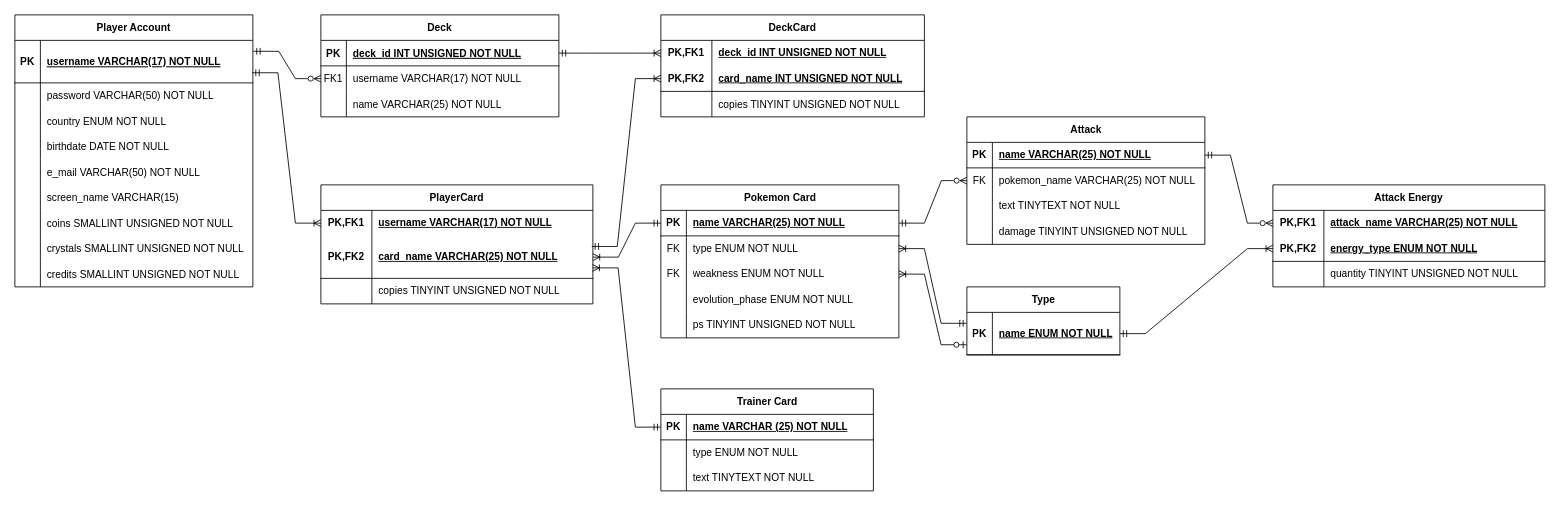
Above: Data Bases/Tareas/Pokemon TCG/Pokemon-TCG-ER.drawio in BassedWarrior/A01027983_TC2005B (draw.io), before the change. Source tidied: cells renumbered, new cells numbered last; positions are measured from the earlier drawing's top-left corner, leaving out a move shared by most shapes. Both pictures are drawn from the tidied source at 85%, with x=0, y=0 at pixel (14, 14).
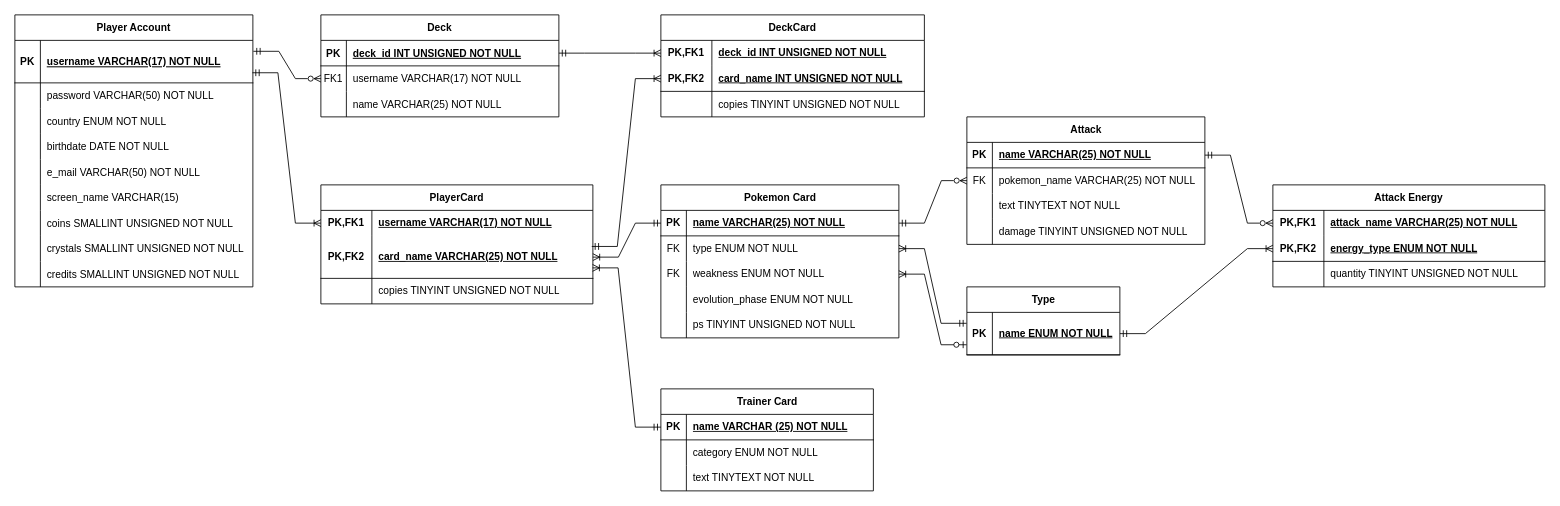
Above is the later version.

Commit message:
Changed Trainer Card to category instead of type for clarity

Unchanged cells that the change refers to:
```xml
<mxCell id="85" style="shape=tableRow;horizontal=0;startSize=0;swimlaneHead=0;swimlaneBody=0;fillColor=none;top=0;left=0;right=0;bottom=0;" parent="81" vertex="1">
  <mxGeometry y="60" width="250" height="30" as="geometry" />
</mxCell>
```

The edit, as a diff of the source:
```diff
@@
-    <mxCell id="87" value="type ENUM NOT NULL" style="shape=partialRectangle;fillColor=none;top=0;left=0;bottom=0;right=0;align=left;spacingLeft=6;overflow=hidden;whiteSpace=wrap;html=1;" parent="85" vertex="1">
+    <mxCell id="87" value="category ENUM NOT NULL" style="shape=partialRectangle;fillColor=none;top=0;left=0;bottom=0;right=0;align=left;spacingLeft=6;overflow=hidden;whiteSpace=wrap;html=1;" parent="85" vertex="1">
       <mxGeometry x="30" width="220" height="30" as="geometry" />
     </mxCell>
```
